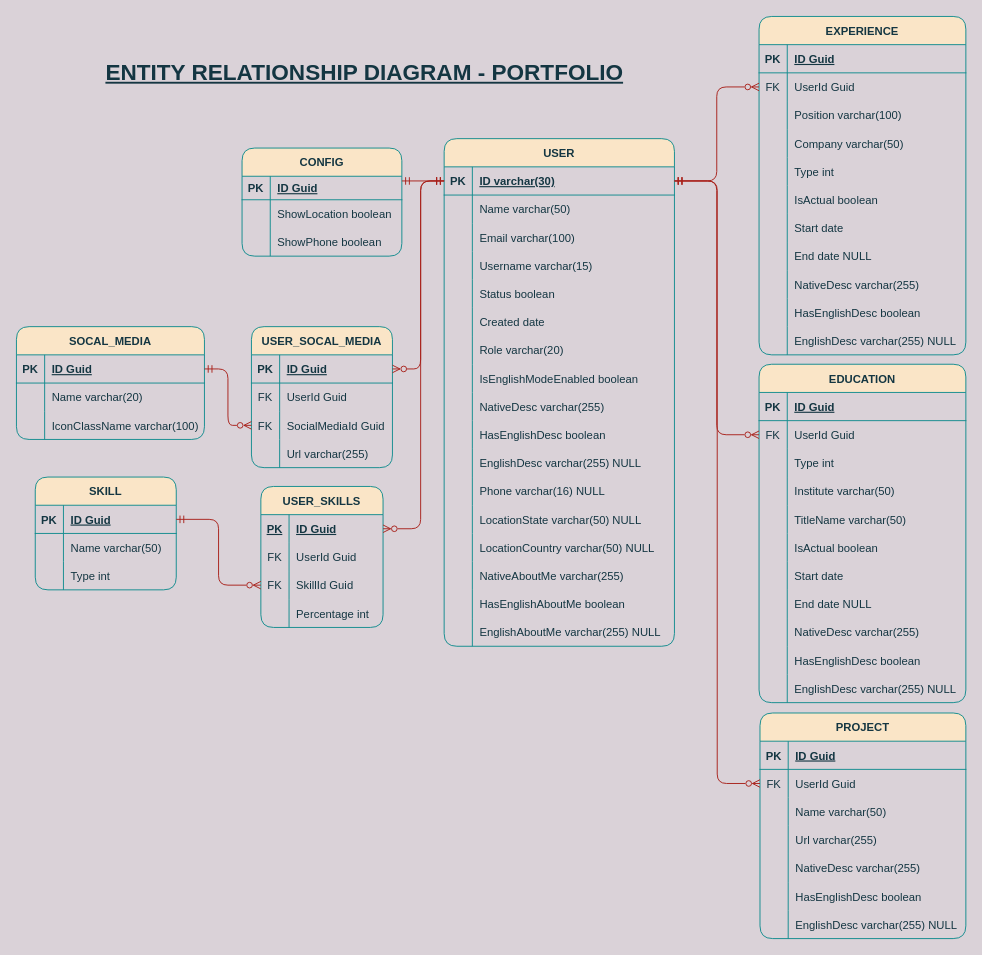
Before: Database/Entity Relationship Diagram.drawio in tiagoramirez/portfolio-backend-dotnet, a draw.io diagram. Source tidied: cells renumbered, new cells numbered last; positions are measured from the earlier drawing's top-left corner, leaving out a move shared by most shapes. Both pictures are drawn from the tidied source at 94%, with x=0, y=0 at pixel (16, 16).
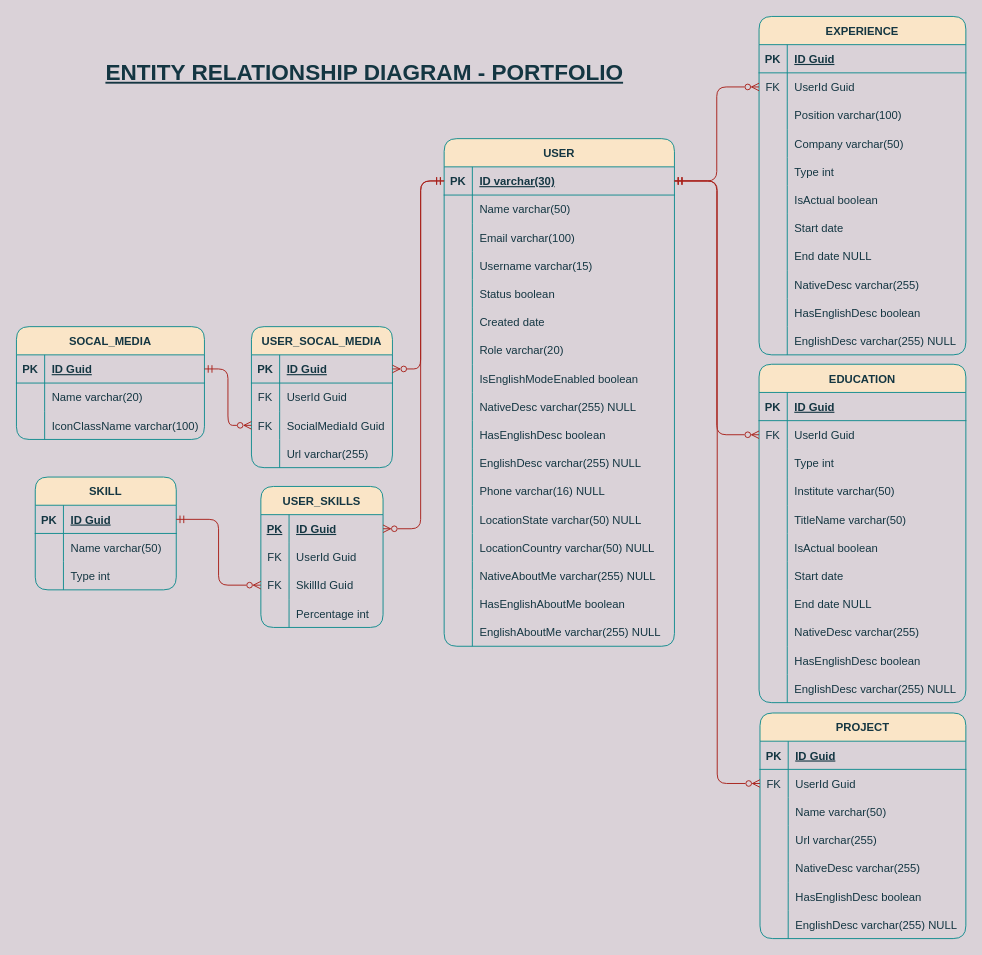
After the change.

Unchanged cells that the change refers to:
```xml
<mxCell id="102" style="shape=partialRectangle;fillColor=none;top=0;left=0;bottom=1;right=0;points=[[0,0.5],[1,0.5]];portConstraint=eastwest;strokeColor=#0F8B8D;fontColor=#143642;rounded=1;labelBackgroundColor=none;" parent="101" vertex="1">
  <mxGeometry y="30" width="245" height="30" as="geometry" />
</mxCell>
<mxCell id="126" style="shape=partialRectangle;fillColor=none;top=0;left=0;bottom=0;right=0;strokeColor=#0F8B8D;fontColor=#143642;rounded=1;labelBackgroundColor=none;" parent="101" vertex="1">
  <mxGeometry y="270" width="245" height="30" as="geometry" />
</mxCell>
<mxCell id="144" style="shape=partialRectangle;fillColor=none;top=0;left=0;bottom=0;right=0;strokeColor=#0F8B8D;fontColor=#143642;rounded=1;labelBackgroundColor=none;" parent="101" vertex="1">
  <mxGeometry y="450" width="245" height="30" as="geometry" />
</mxCell>
```

Diff of the diagram source:
```diff
@@
-    <mxCell id="91" value="CONFIG" style="shape=table;startSize=30;childLayout=tableLayout;rowLines=0;fontStyle=1;align=center;fillColor=#FAE5C7;strokeColor=#0F8B8D;fontColor=#143642;rounded=1;labelBackgroundColor=none;" parent="1" vertex="1">
-      <mxGeometry x="240" y="140" width="170" height="115" as="geometry" />
-    </mxCell>
-    <mxCell id="92" style="shape=partialRectangle;fillColor=none;top=0;left=0;bottom=1;right=0;points=[[0,0.5],[1,0.5]];portConstraint=eastwest;strokeColor=#0F8B8D;fontColor=#143642;rounded=1;labelBackgroundColor=none;" parent="91" vertex="1">
-      <mxGeometry y="30" width="170" height="25" as="geometry" />
-    </mxCell>
-    <mxCell id="93" value="PK" style="shape=partialRectangle;fillColor=none;top=0;left=0;bottom=0;right=0;fontStyle=1;overflow=hidden;strokeColor=#0F8B8D;fontColor=#143642;rounded=1;labelBackgroundColor=none;" parent="92" vertex="1">
-      <mxGeometry width="30" height="25" as="geometry" />
-    </mxCell>
-    <mxCell id="94" value="ID Guid" style="shape=partialRectangle;fillColor=none;top=0;left=0;bottom=0;right=0;align=left;spacingLeft=6;fontStyle=5;overflow=hidden;strokeColor=#0F8B8D;fontColor=#143642;rounded=1;labelBackgroundColor=none;" parent="92" vertex="1">
-      <mxGeometry x="30" width="140" height="25" as="geometry" />
-    </mxCell>
-    <mxCell id="95" style="shape=partialRectangle;fillColor=none;top=0;left=0;bottom=0;right=0;strokeColor=#0F8B8D;fontColor=#143642;rounded=1;labelBackgroundColor=none;" parent="91" vertex="1">
-      <mxGeometry y="55" width="170" height="30" as="geometry" />
-    </mxCell>
-    <mxCell id="96" style="shape=partialRectangle;fillColor=none;top=0;left=0;bottom=0;right=0;overflow=hidden;strokeColor=#0F8B8D;fontColor=#143642;rounded=1;labelBackgroundColor=none;" parent="95" vertex="1">
-      <mxGeometry width="30" height="30" as="geometry" />
-    </mxCell>
-    <mxCell id="97" value="ShowLocation boolean" style="shape=partialRectangle;fillColor=none;top=0;left=0;bottom=0;right=0;align=left;spacingLeft=6;overflow=hidden;strokeColor=#0F8B8D;fontColor=#143642;rounded=1;labelBackgroundColor=none;" parent="95" vertex="1">
-      <mxGeometry x="30" width="140" height="30" as="geometry" />
-    </mxCell>
-    <mxCell id="98" style="shape=partialRectangle;fillColor=none;top=0;left=0;bottom=0;right=0;strokeColor=#0F8B8D;fontColor=#143642;rounded=1;labelBackgroundColor=none;" parent="91" vertex="1">
-      <mxGeometry y="85" width="170" height="30" as="geometry" />
-    </mxCell>
-    <mxCell id="99" style="shape=partialRectangle;fillColor=none;top=0;left=0;bottom=0;right=0;overflow=hidden;strokeColor=#0F8B8D;fontColor=#143642;rounded=1;labelBackgroundColor=none;" parent="98" vertex="1">
-      <mxGeometry width="30" height="30" as="geometry" />
-    </mxCell>
-    <mxCell id="100" value="ShowPhone boolean" style="shape=partialRectangle;fillColor=none;top=0;left=0;bottom=0;right=0;align=left;spacingLeft=6;overflow=hidden;strokeColor=#0F8B8D;fontColor=#143642;rounded=1;labelBackgroundColor=none;" parent="98" vertex="1">
-      <mxGeometry x="30" width="140" height="30" as="geometry" />
-    </mxCell>
@@
-    <mxCell id="128" value="NativeDesc varchar(255)" style="shape=partialRectangle;fillColor=none;top=0;left=0;bottom=0;right=0;align=left;spacingLeft=6;overflow=hidden;strokeColor=#0F8B8D;fontColor=#143642;rounded=1;labelBackgroundColor=none;" parent="126" vertex="1">
+    <mxCell id="128" value="NativeDesc varchar(255) NULL" style="shape=partialRectangle;fillColor=none;top=0;left=0;bottom=0;right=0;align=left;spacingLeft=6;overflow=hidden;strokeColor=#0F8B8D;fontColor=#143642;rounded=1;labelBackgroundColor=none;" parent="126" vertex="1">
       <mxGeometry x="30" width="215" height="30" as="geometry" />
     </mxCell>
@@
-    <mxCell id="146" value="NativeAboutMe varchar(255)" style="shape=partialRectangle;fillColor=none;top=0;left=0;bottom=0;right=0;align=left;spacingLeft=6;overflow=hidden;strokeColor=#0F8B8D;fontColor=#143642;rounded=1;labelBackgroundColor=none;" parent="144" vertex="1">
+    <mxCell id="146" value="NativeAboutMe varchar(255) NULL" style="shape=partialRectangle;fillColor=none;top=0;left=0;bottom=0;right=0;align=left;spacingLeft=6;overflow=hidden;strokeColor=#0F8B8D;fontColor=#143642;rounded=1;labelBackgroundColor=none;" parent="144" vertex="1">
       <mxGeometry x="30" width="215" height="30" as="geometry" />
     </mxCell>
@@
-    <mxCell id="209" style="edgeStyle=orthogonalEdgeStyle;rounded=1;hachureGap=4;jettySize=auto;html=1;fontFamily=Architects Daughter;fontSize=16;endArrow=ERmandOne;endFill=0;startArrow=ERmandOne;startFill=0;labelBackgroundColor=none;strokeColor=#A8201A;fontColor=default;" parent="1" edge="1" source="102" target="92">
-      <mxGeometry relative="1" as="geometry">
-        <Array as="points">
-          <mxPoint x="370" y="180" />
-          <mxPoint x="370" y="180" />
-        </Array>
-      </mxGeometry>
-    </mxCell>
```
